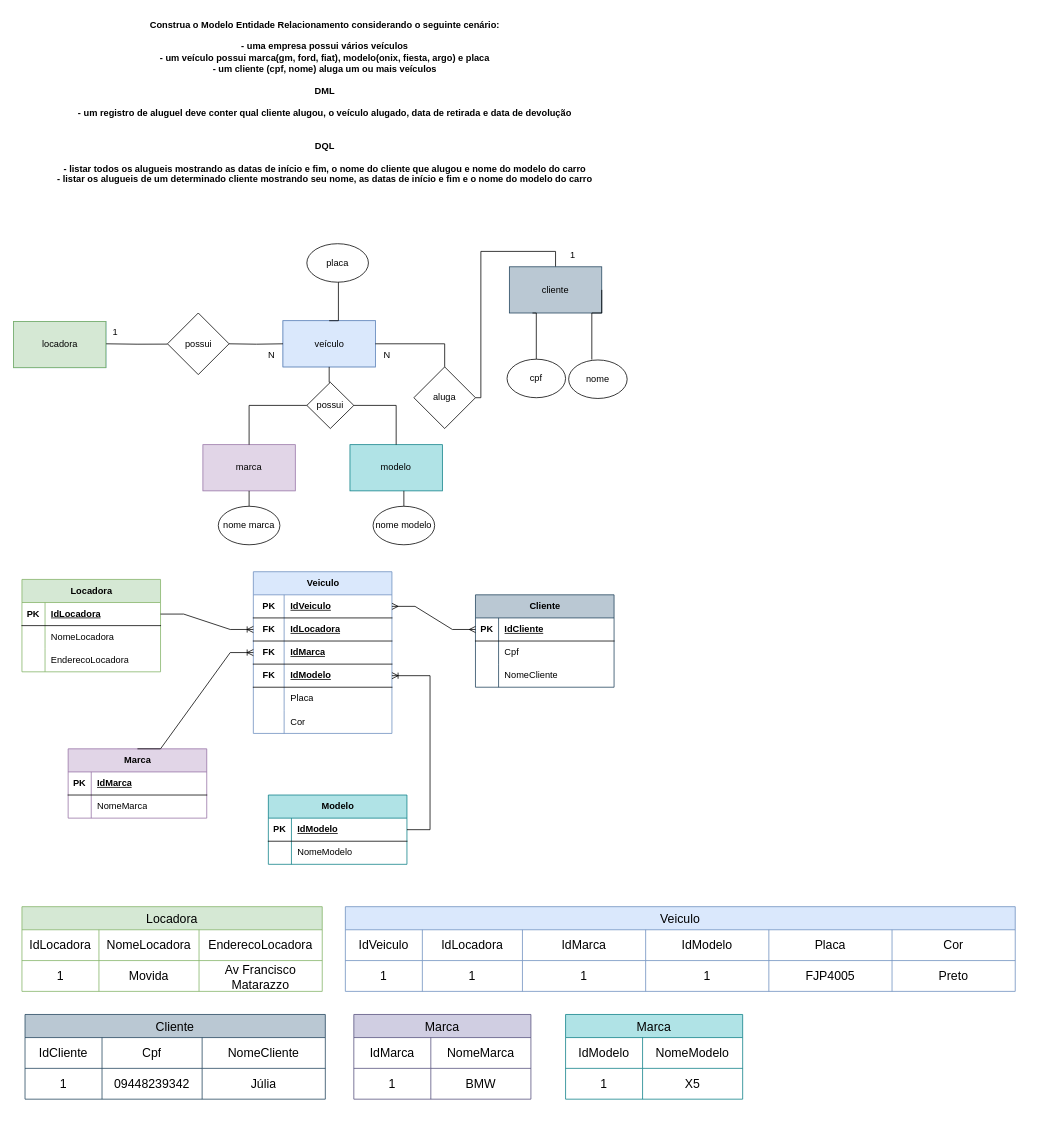
Above: exercícios/25.07/1.2/1.2 locadora.drawio in juliaathar/2DM-senai-sprint1-BD (draw.io), before the change. Source tidied: cells renumbered, new cells numbered last; positions are measured from the earlier drawing's top-left corner, leaving out a move shared by most shapes. Both pictures are drawn from the tidied source at 77%, with x=0, y=0 at pixel (13, 13).
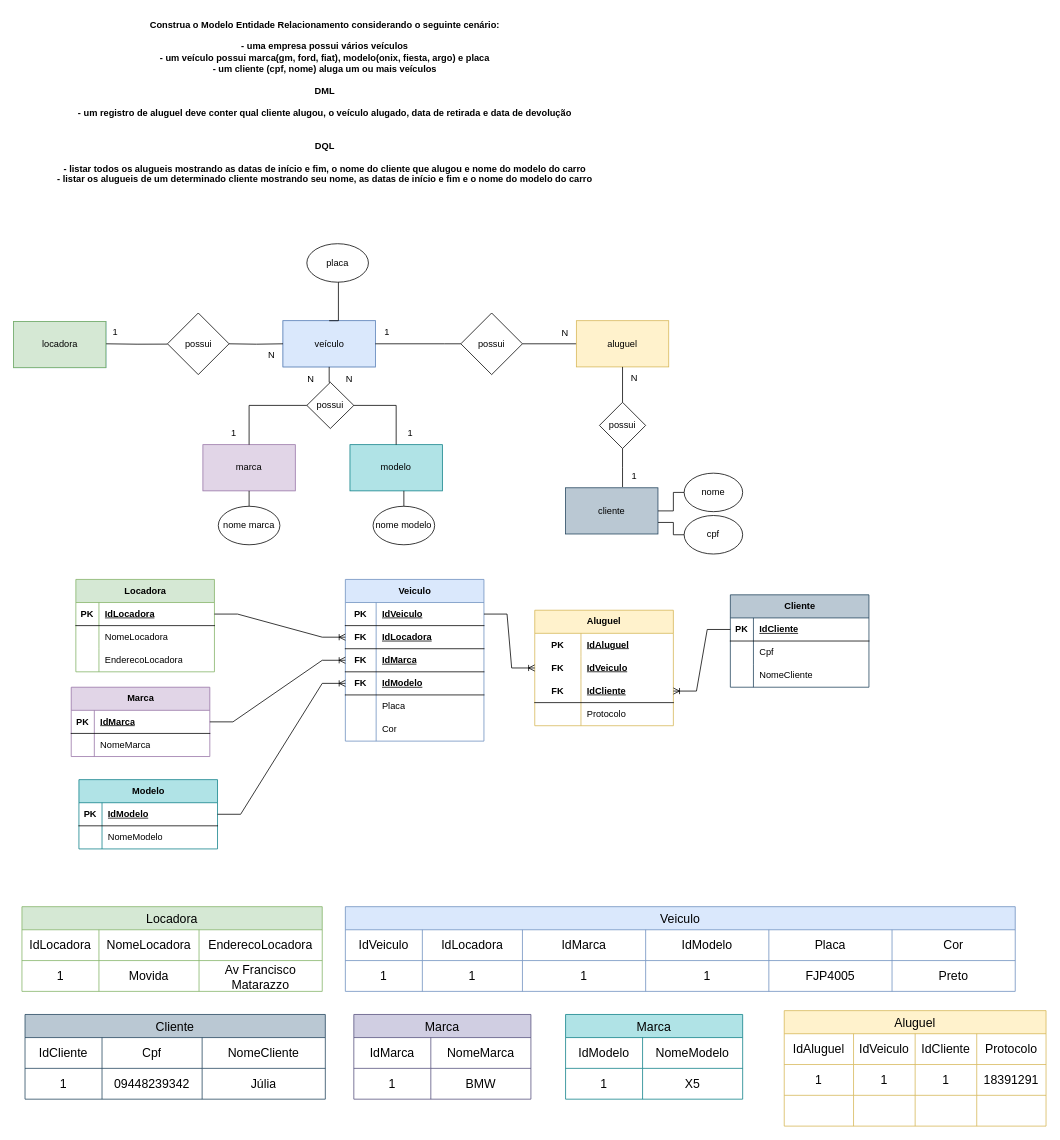
After the change.

Unchanged cells that the change refers to:
```xml
<mxCell id="40" style="shape=tableRow;horizontal=0;startSize=0;swimlaneHead=0;swimlaneBody=0;fillColor=none;points=[[0,0.5],[1,0.5]];portConstraint=eastwest;top=0;left=0;right=0;bottom=1;" parent="39" vertex="1">
  <mxGeometry y="30" width="180" height="30" as="geometry" />
</mxCell>
<mxCell id="50" style="shape=tableRow;horizontal=0;startSize=0;swimlaneHead=0;swimlaneBody=0;fillColor=none;points=[[0,0.5],[1,0.5]];portConstraint=eastwest;top=0;left=0;right=0;bottom=1;" parent="49" vertex="1">
  <mxGeometry y="30" width="180" height="30" as="geometry" />
</mxCell>
<mxCell id="53" style="shape=tableRow;horizontal=0;startSize=0;swimlaneHead=0;swimlaneBody=0;fillColor=none;points=[[0,0.5],[1,0.5]];portConstraint=eastwest;top=0;left=0;right=0;bottom=1;" parent="49" vertex="1">
  <mxGeometry y="60" width="180" height="30" as="geometry" />
</mxCell>
<mxCell id="56" style="shape=tableRow;horizontal=0;startSize=0;swimlaneHead=0;swimlaneBody=0;fillColor=none;points=[[0,0.5],[1,0.5]];portConstraint=eastwest;top=0;left=0;right=0;bottom=1;" parent="49" vertex="1">
  <mxGeometry y="90" width="180" height="30" as="geometry" />
</mxCell>
<mxCell id="59" style="shape=tableRow;horizontal=0;startSize=0;swimlaneHead=0;swimlaneBody=0;fillColor=none;points=[[0,0.5],[1,0.5]];portConstraint=eastwest;top=0;left=0;right=0;bottom=1;" parent="49" vertex="1">
  <mxGeometry y="120" width="180" height="30" as="geometry" />
</mxCell>
<mxCell id="69" style="shape=tableRow;horizontal=0;startSize=0;swimlaneHead=0;swimlaneBody=0;fillColor=none;points=[[0,0.5],[1,0.5]];portConstraint=eastwest;top=0;left=0;right=0;bottom=1;" parent="68" vertex="1">
  <mxGeometry y="30" width="180" height="30" as="geometry" />
</mxCell>
<mxCell id="76" style="shape=tableRow;horizontal=0;startSize=0;swimlaneHead=0;swimlaneBody=0;fillColor=none;points=[[0,0.5],[1,0.5]];portConstraint=eastwest;top=0;left=0;right=0;bottom=1;" parent="75" vertex="1">
  <mxGeometry y="30" width="180" height="30" as="geometry" />
</mxCell>
<mxCell id="83" style="shape=tableRow;horizontal=0;startSize=0;swimlaneHead=0;swimlaneBody=0;fillColor=none;points=[[0,0.5],[1,0.5]];portConstraint=eastwest;top=0;left=0;right=0;bottom=1;" parent="82" vertex="1">
  <mxGeometry y="30" width="180" height="30" as="geometry" />
</mxCell>
```

Diff of the diagram source:
```diff
@@
-    <mxCell id="16" style="edgeStyle=orthogonalEdgeStyle;rounded=0;jettySize=auto;html=1;exitX=0.5;exitY=0;exitDx=0;exitDy=0;entryX=1;entryY=0.5;entryDx=0;entryDy=0;endArrow=none;endFill=0;" parent="1" edge="1" source="17" target="19">
-      <mxGeometry relative="1" as="geometry">
-        <Array as="points">
-          <mxPoint x="704" y="309" />
-          <mxPoint x="607" y="309" />
-          <mxPoint x="607" y="499" />
-        </Array>
-      </mxGeometry>
-    </mxCell>
+    <mxCell id="143" style="edgeStyle=orthogonalEdgeStyle;rounded=0;jettySize=auto;html=1;endArrow=none;endFill=0;" parent="1" edge="1" source="17" target="23">
+      <mxGeometry relative="1" as="geometry" />
+    </mxCell>
+    <mxCell id="144" style="edgeStyle=orthogonalEdgeStyle;rounded=0;jettySize=auto;html=1;exitX=1;exitY=0.75;exitDx=0;exitDy=0;endArrow=none;endFill=0;" parent="1" edge="1" source="17" target="21">
+      <mxGeometry relative="1" as="geometry" />
+    </mxCell>
     <mxCell id="17" value="cliente" style="rounded=0;whiteSpace=wrap;html=1;fillColor=#bac8d3;strokeColor=#23445d;" parent="1" vertex="1">
-      <mxGeometry x="644" y="329" width="120" height="60" as="geometry" />
+      <mxGeometry x="717" y="616" width="120" height="60" as="geometry" />
     </mxCell>
@@
+    <mxCell id="145" style="edgeStyle=orthogonalEdgeStyle;rounded=0;jettySize=auto;html=1;exitX=1;exitY=0.5;exitDx=0;exitDy=0;entryX=0;entryY=0.5;entryDx=0;entryDy=0;endArrow=none;endFill=0;" parent="1" edge="1" source="19" target="150">
+      <mxGeometry relative="1" as="geometry" />
+    </mxCell>
-    <mxCell id="19" value="aluga" style="rhombus;whiteSpace=wrap;html=1;" parent="1" vertex="1">
-      <mxGeometry x="520" y="459" width="80" height="80" as="geometry" />
+    <mxCell id="19" value="possui" style="rhombus;whiteSpace=wrap;html=1;" parent="1" vertex="1">
+      <mxGeometry x="581" y="389" width="80" height="80" as="geometry" />
     </mxCell>
-    <mxCell id="20" style="edgeStyle=orthogonalEdgeStyle;rounded=0;jettySize=auto;html=1;exitX=0.5;exitY=0;exitDx=0;exitDy=0;entryX=0.25;entryY=1;entryDx=0;entryDy=0;endArrow=none;endFill=0;" parent="1" edge="1" source="21" target="17">
-      <mxGeometry relative="1" as="geometry">
-        <Array as="points">
-          <mxPoint x="679" y="389" />
-        </Array>
-      </mxGeometry>
-    </mxCell>
     <mxCell id="21" value="cpf" style="ellipse;whiteSpace=wrap;html=1;" parent="1" vertex="1">
-      <mxGeometry x="641" y="449" width="76" height="50" as="geometry" />
+      <mxGeometry x="871" y="652" width="76" height="50" as="geometry" />
     </mxCell>
-    <mxCell id="22" style="edgeStyle=orthogonalEdgeStyle;rounded=0;jettySize=auto;html=1;entryX=1;entryY=0.5;entryDx=0;entryDy=0;endArrow=none;endFill=0;" parent="1" edge="1" target="17">
-      <mxGeometry relative="1" as="geometry">
-        <mxPoint x="751.1" y="449.5" as="sourcePoint" />
-        <Array as="points">
-          <mxPoint x="751" y="389" />
-          <mxPoint x="764" y="389" />
-        </Array>
-      </mxGeometry>
-    </mxCell>
     <mxCell id="23" value="nome" style="ellipse;whiteSpace=wrap;html=1;" parent="1" vertex="1">
-      <mxGeometry x="721" y="450" width="76" height="50" as="geometry" />
+      <mxGeometry x="871" y="597" width="76" height="50" as="geometry" />
     </mxCell>
@@
     <mxCell id="26" value="N" style="text;html=1;align=center;verticalAlign=middle;strokeColor=none;fillColor=none;" parent="1" vertex="1">
-      <mxGeometry x="470" y="429" width="30" height="30" as="geometry" />
+      <mxGeometry x="701" y="400" width="30" height="30" as="geometry" />
     </mxCell>
     <mxCell id="27" value="1" style="text;html=1;align=center;verticalAlign=middle;strokeColor=none;fillColor=none;" parent="1" vertex="1">
-      <mxGeometry x="711" y="299" width="30" height="30" as="geometry" />
+      <mxGeometry x="470" y="399" width="30" height="30" as="geometry" />
     </mxCell>
@@
     <mxCell id="39" value="Locadora" style="shape=table;startSize=30;childLayout=tableLayout;rowLines=0;fontStyle=1;align=center;html=1;fillColor=#d5e8d4;strokeColor=#82b366;" parent="1" vertex="1">
-      <mxGeometry x="11" y="735" width="180" height="120" as="geometry" />
+      <mxGeometry x="81" y="735" width="180" height="120" as="geometry" />
     </mxCell>
@@
     <mxCell id="49" value="Veiculo" style="shape=table;startSize=30;childLayout=tableLayout;rowLines=0;fontStyle=1;align=center;html=1;fillColor=#dae8fc;strokeColor=#6c8ebf;" parent="1" vertex="1">
-      <mxGeometry x="311.5" y="725" width="180" height="210" as="geometry" />
+      <mxGeometry x="431" y="735" width="180" height="210" as="geometry" />
     </mxCell>
@@
     <mxCell id="68" value="Marca" style="shape=table;startSize=30;childLayout=tableLayout;rowLines=0;fontStyle=1;align=center;html=1;fillColor=#e1d5e7;strokeColor=#9673a6;" parent="1" vertex="1">
-      <mxGeometry x="71" y="955" width="180" height="90" as="geometry" />
+      <mxGeometry x="75" y="875" width="180" height="90" as="geometry" />
     </mxCell>
@@
     <mxCell id="75" value="Modelo" style="shape=table;startSize=30;childLayout=tableLayout;rowLines=0;fontStyle=1;align=center;html=1;fillColor=#b0e3e6;strokeColor=#0e8088;" parent="1" vertex="1">
-      <mxGeometry x="331" y="1015" width="180" height="90" as="geometry" />
+      <mxGeometry x="85" y="995" width="180" height="90" as="geometry" />
     </mxCell>
@@
     <mxCell id="82" value="Cliente" style="shape=table;startSize=30;childLayout=tableLayout;rowLines=0;fontStyle=1;align=center;html=1;fillColor=#bac8d3;strokeColor=#23445d;" parent="1" vertex="1">
-      <mxGeometry x="600" y="755" width="180" height="120" as="geometry" />
+      <mxGeometry x="931" y="755" width="180" height="120" as="geometry" />
     </mxCell>
@@
-    <mxCell id="92" style="edgeStyle=entityRelationEdgeStyle;fontSize=12;html=1;endArrow=ERoneToMany;rounded=0;" parent="1" edge="1" source="40" target="53">
-      <mxGeometry relative="1" as="geometry" />
-    </mxCell>
-    <mxCell id="93" style="edgeStyle=entityRelationEdgeStyle;fontSize=12;html=1;endArrow=ERoneToMany;rounded=0;exitX=0.5;exitY=0;exitDx=0;exitDy=0;entryX=0;entryY=0.5;entryDx=0;entryDy=0;" parent="1" edge="1" source="68" target="56">
-      <mxGeometry relative="1" as="geometry">
-        <Array as="points">
-          <mxPoint x="321" y="825" />
-        </Array>
-      </mxGeometry>
-    </mxCell>
-    <mxCell id="94" style="edgeStyle=entityRelationEdgeStyle;fontSize=12;html=1;endArrow=ERoneToMany;rounded=0;" parent="1" edge="1" target="59">
-      <mxGeometry relative="1" as="geometry">
-        <mxPoint x="511" y="1060" as="sourcePoint" />
-        <Array as="points">
-          <mxPoint x="551" y="985" />
-          <mxPoint x="499" y="1015" />
-          <mxPoint x="491" y="895" />
-          <mxPoint x="541" y="925" />
-          <mxPoint x="561" y="975" />
-          <mxPoint x="541" y="975" />
-          <mxPoint x="521" y="925" />
-          <mxPoint x="551" y="955" />
-        </Array>
-      </mxGeometry>
-    </mxCell>
-    <mxCell id="95" style="edgeStyle=entityRelationEdgeStyle;fontSize=12;html=1;endArrow=ERmany;startArrow=ERmany;rounded=0;exitX=1;exitY=0.5;exitDx=0;exitDy=0;entryX=0;entryY=0.5;entryDx=0;entryDy=0;" parent="1" edge="1" source="50" target="83">
-      <mxGeometry relative="1" as="geometry" />
-    </mxCell>
@@
+    <mxCell id="146" value="N" style="text;html=1;align=center;verticalAlign=middle;strokeColor=none;fillColor=none;" parent="1" vertex="1">
+      <mxGeometry x="371" y="460" width="30" height="30" as="geometry" />
+    </mxCell>
+    <mxCell id="147" value="N" style="text;html=1;align=center;verticalAlign=middle;strokeColor=none;fillColor=none;" parent="1" vertex="1">
+      <mxGeometry x="421" y="460" width="30" height="30" as="geometry" />
+    </mxCell>
+    <mxCell id="148" value="1" style="text;html=1;align=center;verticalAlign=middle;strokeColor=none;fillColor=none;" parent="1" vertex="1">
+      <mxGeometry x="271" y="530" width="30" height="30" as="geometry" />
+    </mxCell>
+    <mxCell id="149" value="1" style="text;html=1;align=center;verticalAlign=middle;strokeColor=none;fillColor=none;" parent="1" vertex="1">
+      <mxGeometry x="500" y="530" width="30" height="30" as="geometry" />
+    </mxCell>
+    <mxCell id="150" value="aluguel" style="rounded=0;whiteSpace=wrap;html=1;fillColor=#fff2cc;strokeColor=#d6b656;" parent="1" vertex="1">
+      <mxGeometry x="731" y="399" width="120" height="60" as="geometry" />
+    </mxCell>
+    <mxCell id="151" style="edgeStyle=orthogonalEdgeStyle;rounded=0;jettySize=auto;html=1;exitX=0.5;exitY=1;exitDx=0;exitDy=0;endArrow=none;endFill=0;" parent="1" edge="1" source="153">
+      <mxGeometry relative="1" as="geometry">
+        <mxPoint x="791" y="615" as="targetPoint" />
+      </mxGeometry>
+    </mxCell>
+    <mxCell id="152" style="edgeStyle=orthogonalEdgeStyle;rounded=0;jettySize=auto;html=1;entryX=0.5;entryY=1;entryDx=0;entryDy=0;endArrow=none;endFill=0;" parent="1" edge="1" source="153" target="150">
+      <mxGeometry relative="1" as="geometry" />
+    </mxCell>
+    <mxCell id="153" value="possui" style="rhombus;whiteSpace=wrap;html=1;" parent="1" vertex="1">
+      <mxGeometry x="761" y="505" width="60" height="60" as="geometry" />
+    </mxCell>
+    <mxCell id="154" value="N" style="text;html=1;align=center;verticalAlign=middle;strokeColor=none;fillColor=none;" parent="1" vertex="1">
+      <mxGeometry x="791" y="459" width="30" height="30" as="geometry" />
+    </mxCell>
+    <mxCell id="155" value="1" style="text;html=1;align=center;verticalAlign=middle;strokeColor=none;fillColor=none;" parent="1" vertex="1">
+      <mxGeometry x="791" y="586" width="30" height="30" as="geometry" />
+    </mxCell>
+    <mxCell id="156" value="Aluguel" style="shape=table;startSize=30;childLayout=tableLayout;rowLines=0;fontStyle=1;align=center;html=1;whiteSpace=wrap;fillColor=#fff2cc;strokeColor=#d6b656;" parent="1" vertex="1">
+      <mxGeometry x="677" y="775" width="180" height="150" as="geometry" />
+    </mxCell>
+    <mxCell id="157" style="shape=tableRow;horizontal=0;startSize=0;swimlaneHead=0;swimlaneBody=0;fillColor=none;top=0;left=0;right=0;bottom=0;html=1;" parent="156" vertex="1">
+      <mxGeometry y="30" width="180" height="30" as="geometry" />
+    </mxCell>
+    <mxCell id="158" value="PK" style="shape=partialRectangle;fillColor=none;top=0;left=0;bottom=0;right=0;fontStyle=1;overflow=hidden;html=1;whiteSpace=wrap;" parent="157" vertex="1">
+      <mxGeometry width="60" height="30" as="geometry" />
+    </mxCell>
+    <mxCell id="159" value="IdAluguel" style="shape=partialRectangle;fillColor=none;top=0;left=0;bottom=0;right=0;align=left;spacingLeft=6;fontStyle=5;overflow=hidden;html=1;whiteSpace=wrap;" parent="157" vertex="1">
+      <mxGeometry x="60" width="120" height="30" as="geometry" />
+    </mxCell>
+    <mxCell id="160" style="shape=tableRow;horizontal=0;startSize=0;swimlaneHead=0;swimlaneBody=0;fillColor=none;points=[[0,0.5],[1,0.5]];portConstraint=eastwest;top=0;left=0;right=0;bottom=0;html=1;" parent="156" vertex="1">
+      <mxGeometry y="60" width="180" height="30" as="geometry" />
+    </mxCell>
+    <mxCell id="161" value="FK" style="shape=partialRectangle;fillColor=none;top=0;left=0;bottom=0;right=0;fontStyle=1;overflow=hidden;html=1;whiteSpace=wrap;" parent="160" vertex="1">
+      <mxGeometry width="60" height="30" as="geometry" />
+    </mxCell>
+    <mxCell id="162" value="IdVeiculo" style="shape=partialRectangle;fillColor=none;top=0;left=0;bottom=0;right=0;align=left;spacingLeft=6;fontStyle=5;overflow=hidden;html=1;whiteSpace=wrap;" parent="160" vertex="1">
+      <mxGeometry x="60" width="120" height="30" as="geometry" />
+    </mxCell>
+    <mxCell id="163" style="shape=tableRow;horizontal=0;startSize=0;swimlaneHead=0;swimlaneBody=0;fillColor=none;points=[[0,0.5],[1,0.5]];portConstraint=eastwest;top=0;left=0;right=0;bottom=1;html=1;" parent="156" vertex="1">
+      <mxGeometry y="90" width="180" height="30" as="geometry" />
+    </mxCell>
+    <mxCell id="164" value="FK" style="shape=partialRectangle;fillColor=none;top=0;left=0;bottom=0;right=0;fontStyle=1;overflow=hidden;html=1;whiteSpace=wrap;" parent="163" vertex="1">
+      <mxGeometry width="60" height="30" as="geometry" />
+    </mxCell>
+    <mxCell id="165" value="IdCliente" style="shape=partialRectangle;fillColor=none;top=0;left=0;bottom=0;right=0;align=left;spacingLeft=6;fontStyle=5;overflow=hidden;html=1;whiteSpace=wrap;" parent="163" vertex="1">
+      <mxGeometry x="60" width="120" height="30" as="geometry" />
+    </mxCell>
+    <mxCell id="166" style="shape=tableRow;horizontal=0;startSize=0;swimlaneHead=0;swimlaneBody=0;fillColor=none;top=0;left=0;right=0;bottom=0;html=1;" parent="156" vertex="1">
+      <mxGeometry y="120" width="180" height="30" as="geometry" />
+    </mxCell>
+    <mxCell id="167" style="shape=partialRectangle;fillColor=none;top=0;left=0;bottom=0;right=0;overflow=hidden;html=1;whiteSpace=wrap;" parent="166" vertex="1">
+      <mxGeometry width="60" height="30" as="geometry" />
+    </mxCell>
+    <mxCell id="168" value="Protocolo" style="shape=partialRectangle;fillColor=none;top=0;left=0;bottom=0;right=0;align=left;spacingLeft=6;overflow=hidden;html=1;whiteSpace=wrap;" parent="166" vertex="1">
+      <mxGeometry x="60" width="120" height="30" as="geometry" />
+    </mxCell>
+    <mxCell id="169" style="edgeStyle=entityRelationEdgeStyle;fontSize=12;html=1;endArrow=ERoneToMany;rounded=0;exitX=0;exitY=0.5;exitDx=0;exitDy=0;entryX=1;entryY=0.5;entryDx=0;entryDy=0;" parent="1" edge="1" source="83" target="163">
+      <mxGeometry relative="1" as="geometry" />
+    </mxCell>
+    <mxCell id="170" style="edgeStyle=entityRelationEdgeStyle;fontSize=12;html=1;endArrow=ERoneToMany;rounded=0;exitX=1;exitY=0.5;exitDx=0;exitDy=0;" parent="1" edge="1" source="50" target="160">
+      <mxGeometry relative="1" as="geometry" />
+    </mxCell>
+    <mxCell id="92" style="edgeStyle=entityRelationEdgeStyle;fontSize=12;html=1;endArrow=ERoneToMany;rounded=0;exitX=1;exitY=0.5;exitDx=0;exitDy=0;entryX=0;entryY=0.5;entryDx=0;entryDy=0;" parent="1" edge="1" source="40" target="53">
+      <mxGeometry relative="1" as="geometry" />
+    </mxCell>
+    <mxCell id="171" style="edgeStyle=entityRelationEdgeStyle;fontSize=12;html=1;endArrow=ERoneToMany;rounded=0;exitX=1;exitY=0.5;exitDx=0;exitDy=0;entryX=0;entryY=0.5;entryDx=0;entryDy=0;" parent="1" edge="1" source="69" target="56">
+      <mxGeometry relative="1" as="geometry" />
+    </mxCell>
+    <mxCell id="172" style="edgeStyle=entityRelationEdgeStyle;fontSize=12;html=1;endArrow=ERoneToMany;rounded=0;exitX=1;exitY=0.5;exitDx=0;exitDy=0;entryX=0;entryY=0.5;entryDx=0;entryDy=0;" parent="1" edge="1" source="76" target="59">
+      <mxGeometry relative="1" as="geometry" />
+    </mxCell>
+    <mxCell id="173" value="Aluguel" style="shape=table;startSize=30;childLayout=tableLayout;strokeColor=#d6b656;fontSize=16;fillColor=#fff2cc;" parent="1" vertex="1">
+      <mxGeometry x="1001" y="1295" width="340" height="150" as="geometry" />
+    </mxCell>
+    <mxCell id="174" style="shape=tableRow;horizontal=0;startSize=0;swimlaneHead=0;swimlaneBody=0;strokeColor=inherit;top=0;left=0;bottom=0;right=0;fillColor=none;fontSize=16;" parent="173" vertex="1">
+      <mxGeometry y="30" width="340" height="40" as="geometry" />
+    </mxCell>
+    <mxCell id="175" value="IdAluguel" style="shape=partialRectangle;html=1;whiteSpace=wrap;strokeColor=inherit;overflow=hidden;fillColor=none;top=0;left=0;bottom=0;right=0;fontSize=16;" parent="174" vertex="1">
+      <mxGeometry width="90" height="40" as="geometry" />
+    </mxCell>
+    <mxCell id="176" value="IdVeiculo" style="shape=partialRectangle;html=1;whiteSpace=wrap;strokeColor=inherit;overflow=hidden;fillColor=none;top=0;left=0;bottom=0;right=0;fontSize=16;" parent="174" vertex="1">
+      <mxGeometry x="90" width="80" height="40" as="geometry" />
+    </mxCell>
+    <mxCell id="177" value="IdCliente" style="shape=partialRectangle;html=1;whiteSpace=wrap;strokeColor=inherit;overflow=hidden;fillColor=none;top=0;left=0;bottom=0;right=0;fontSize=16;" parent="174" vertex="1">
+      <mxGeometry x="170" width="80" height="40" as="geometry" />
+    </mxCell>
+    <mxCell id="178" value="Protocolo" style="shape=partialRectangle;html=1;whiteSpace=wrap;strokeColor=inherit;overflow=hidden;fillColor=none;top=0;left=0;bottom=0;right=0;fontSize=16;" parent="174" vertex="1">
+      <mxGeometry x="250" width="90" height="40" as="geometry" />
+    </mxCell>
+    <mxCell id="179" style="shape=tableRow;horizontal=0;startSize=0;swimlaneHead=0;swimlaneBody=0;strokeColor=inherit;top=0;left=0;bottom=0;right=0;fillColor=none;fontSize=16;" parent="173" vertex="1">
+      <mxGeometry y="70" width="340" height="40" as="geometry" />
+    </mxCell>
+    <mxCell id="180" value="1" style="shape=partialRectangle;html=1;whiteSpace=wrap;strokeColor=inherit;overflow=hidden;fillColor=none;top=0;left=0;bottom=0;right=0;fontSize=16;" parent="179" vertex="1">
+      <mxGeometry width="90" height="40" as="geometry" />
+    </mxCell>
+    <mxCell id="181" value="1" style="shape=partialRectangle;html=1;whiteSpace=wrap;strokeColor=inherit;overflow=hidden;fillColor=none;top=0;left=0;bottom=0;right=0;fontSize=16;" parent="179" vertex="1">
+      <mxGeometry x="90" width="80" height="40" as="geometry" />
+    </mxCell>
+    <mxCell id="182" value="1" style="shape=partialRectangle;html=1;whiteSpace=wrap;strokeColor=inherit;overflow=hidden;fillColor=none;top=0;left=0;bottom=0;right=0;fontSize=16;" parent="179" vertex="1">
+      <mxGeometry x="170" width="80" height="40" as="geometry" />
+    </mxCell>
+    <mxCell id="183" value="18391291" style="shape=partialRectangle;html=1;whiteSpace=wrap;strokeColor=inherit;overflow=hidden;fillColor=none;top=0;left=0;bottom=0;right=0;fontSize=16;" parent="179" vertex="1">
+      <mxGeometry x="250" width="90" height="40" as="geometry" />
+    </mxCell>
+    <mxCell id="184" style="shape=tableRow;horizontal=0;startSize=0;swimlaneHead=0;swimlaneBody=0;strokeColor=inherit;top=0;left=0;bottom=0;right=0;fillColor=none;fontSize=16;" parent="173" vertex="1">
+      <mxGeometry y="110" width="340" height="40" as="geometry" />
+    </mxCell>
+    <mxCell id="185" style="shape=partialRectangle;html=1;whiteSpace=wrap;strokeColor=inherit;overflow=hidden;fillColor=none;top=0;left=0;bottom=0;right=0;fontSize=16;" parent="184" vertex="1">
+      <mxGeometry width="90" height="40" as="geometry" />
+    </mxCell>
+    <mxCell id="186" style="shape=partialRectangle;html=1;whiteSpace=wrap;strokeColor=inherit;overflow=hidden;fillColor=none;top=0;left=0;bottom=0;right=0;fontSize=16;" parent="184" vertex="1">
+      <mxGeometry x="90" width="80" height="40" as="geometry" />
+    </mxCell>
+    <mxCell id="187" style="shape=partialRectangle;html=1;whiteSpace=wrap;strokeColor=inherit;overflow=hidden;fillColor=none;top=0;left=0;bottom=0;right=0;fontSize=16;" parent="184" vertex="1">
+      <mxGeometry x="170" width="80" height="40" as="geometry" />
+    </mxCell>
+    <mxCell id="188" style="shape=partialRectangle;html=1;whiteSpace=wrap;strokeColor=inherit;overflow=hidden;fillColor=none;top=0;left=0;bottom=0;right=0;fontSize=16;" parent="184" vertex="1">
+      <mxGeometry x="250" width="90" height="40" as="geometry" />
+    </mxCell>
```
